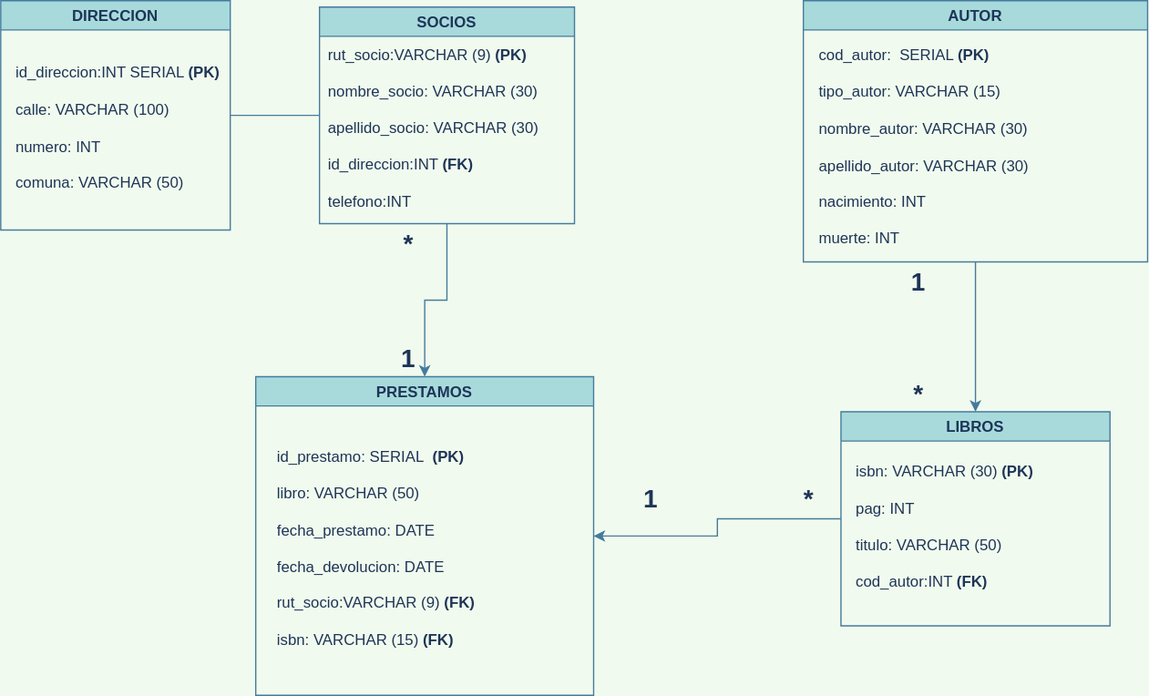
The draw.io diagram Modelo_Fisico_03.svg in latiscool/BD_Bilbioteca_LTG, before a commit. Source tidied: cells renumbered, new cells last; positions are measured from the earlier drawing's top-left corner, leaving out a move shared by most shapes.
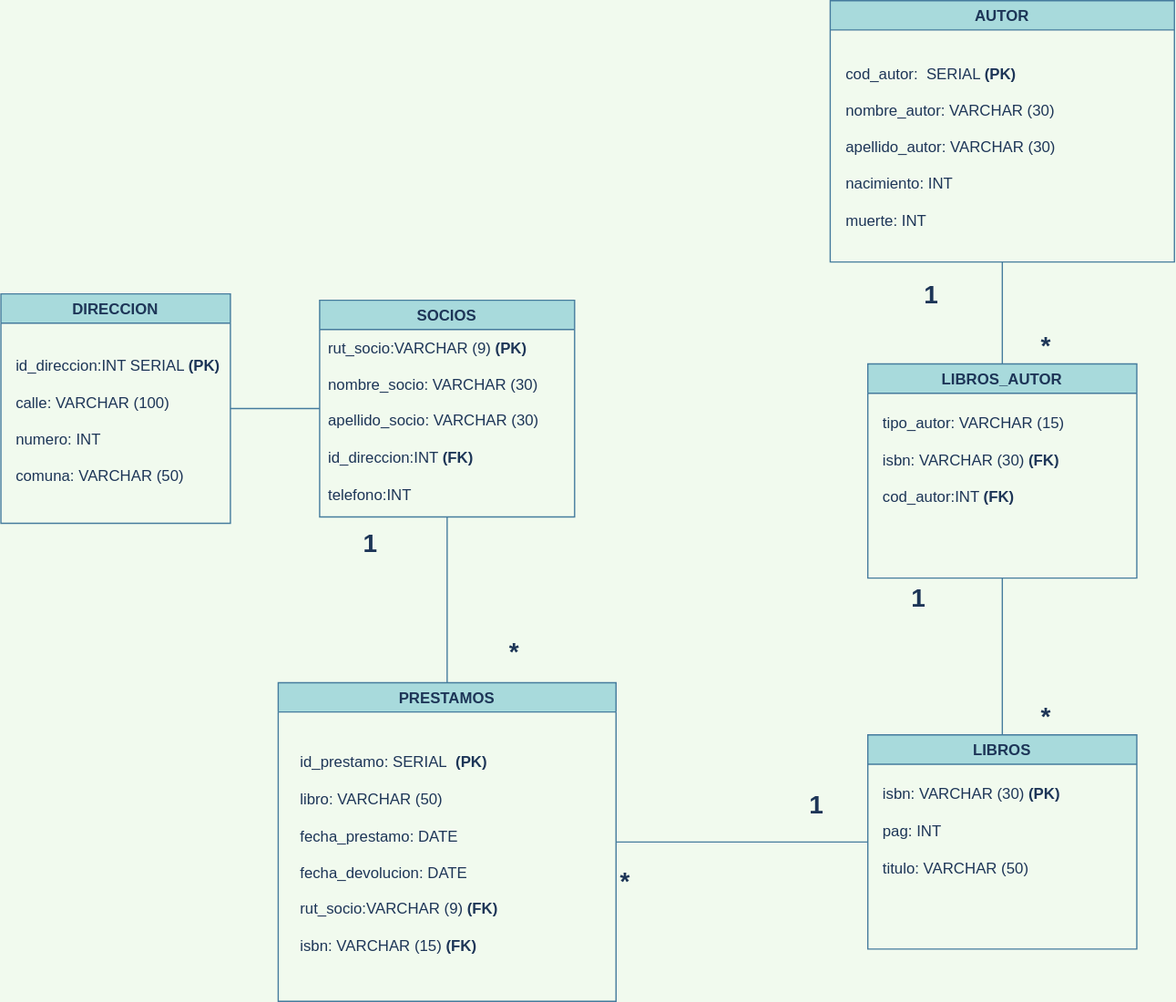
The same file after the commit.

Change to the diagram source:
```diff
@@ -2,53 +2,44 @@
   <root>
     <mxCell id="0" />
     <mxCell id="1" parent="0" />
-    <mxCell id="2" style="edgeStyle=orthogonalEdgeStyle;rounded=0;jettySize=auto;html=1;labelBackgroundColor=#F1FAEE;strokeColor=#457B9D;fontColor=#1D3557;" parent="1" edge="1" source="3" target="6">
-      <mxGeometry relative="1" as="geometry" />
-    </mxCell>
     <mxCell id="3" value="SOCIOS" style="swimlane;fillColor=#A8DADC;strokeColor=#457B9D;fontColor=#1D3557;" parent="1" vertex="1">
       <mxGeometry x="250" y="5" width="200" height="170" as="geometry" />
     </mxCell>
     <mxCell id="4" value="&lt;blockquote style=&quot;margin: 0 0 0 40px ; border: none ; padding: 0px&quot;&gt;&lt;/blockquote&gt;rut_socio:VARCHAR (9)&amp;nbsp;&lt;b&gt;(PK)&lt;br&gt;&lt;br&gt;&lt;/b&gt;nombre_socio: VARCHAR (30)&lt;br&gt;&lt;br&gt;&lt;blockquote style=&quot;margin: 0 0 0 40px ; border: none ; padding: 0px&quot;&gt;&lt;/blockquote&gt;apellido_socio:&amp;nbsp;VARCHAR (30)&lt;br&gt;&lt;blockquote style=&quot;margin: 0 0 0 40px ; border: none ; padding: 0px&quot;&gt;&lt;/blockquote&gt;&lt;br&gt;id_direccion:INT &lt;b&gt;(FK)&lt;br&gt;&lt;/b&gt;&lt;br&gt;telefono:INT" style="text;html=1;strokeColor=none;fillColor=none;align=left;verticalAlign=middle;whiteSpace=wrap;rounded=0;fontColor=#1D3557;" parent="3" vertex="1">
       <mxGeometry x="5" y="30" width="185" height="130" as="geometry" />
     </mxCell>
-    <mxCell id="5" style="edgeStyle=orthogonalEdgeStyle;rounded=0;jettySize=auto;html=1;labelBackgroundColor=#F1FAEE;strokeColor=#457B9D;fontColor=#1D3557;endArrow=none;endFill=0;startArrow=classic;startFill=1;" parent="1" edge="1" source="6" target="9">
-      <mxGeometry relative="1" as="geometry" />
-    </mxCell>
     <mxCell id="6" value="PRESTAMOS" style="swimlane;startSize=23;fillColor=#A8DADC;strokeColor=#457B9D;fontColor=#1D3557;" parent="1" vertex="1">
-      <mxGeometry x="200" y="295" width="265" height="250" as="geometry" />
+      <mxGeometry x="217.5" y="305" width="265" height="250" as="geometry" />
     </mxCell>
     <mxCell id="7" value="&lt;blockquote style=&quot;margin: 0 0 0 40px ; border: none ; padding: 0px&quot;&gt;&lt;/blockquote&gt;id_prestamo: SERIAL&amp;nbsp; &lt;b&gt;(PK)&lt;/b&gt;&lt;br&gt;&lt;br&gt;libro: VARCHAR (50)&lt;br&gt;&lt;br&gt;fecha_prestamo: DATE&lt;br&gt;&lt;br&gt;fecha_devolucion: DATE&lt;br&gt;&lt;br&gt;rut_socio:VARCHAR (9)&amp;nbsp;&lt;b&gt;(FK)&lt;/b&gt;&lt;br&gt;&amp;nbsp;&lt;br&gt;isbn: VARCHAR (15)&amp;nbsp;&lt;b&gt;(FK)&lt;/b&gt;" style="text;html=1;strokeColor=none;fillColor=none;align=left;verticalAlign=middle;whiteSpace=wrap;rounded=0;fontColor=#1D3557;" parent="6" vertex="1">
       <mxGeometry x="15" y="30" width="225" height="210" as="geometry" />
     </mxCell>
-    <mxCell id="8" style="edgeStyle=orthogonalEdgeStyle;rounded=0;jettySize=auto;html=1;labelBackgroundColor=#F1FAEE;strokeColor=#457B9D;fontColor=#1D3557;exitX=0.5;exitY=1;exitDx=0;exitDy=0;entryX=0.5;entryY=0;entryDx=0;entryDy=0;" parent="1" edge="1" source="11" target="9">
-      <mxGeometry relative="1" as="geometry" />
-    </mxCell>
     <mxCell id="9" value="LIBROS" style="swimlane;startSize=23;fillColor=#A8DADC;strokeColor=#457B9D;fontColor=#1D3557;" parent="1" vertex="1">
-      <mxGeometry x="659" y="322.5" width="211" height="168" as="geometry" />
+      <mxGeometry x="680" y="346" width="211" height="168" as="geometry" />
     </mxCell>
-    <mxCell id="10" value="&lt;div&gt;isbn: VARCHAR (30) &lt;b&gt;(PK)&lt;/b&gt;&lt;/div&gt;&lt;div&gt;&lt;b&gt;&lt;br&gt;&lt;/b&gt;&lt;/div&gt;&lt;div&gt;&lt;span&gt;pag: INT&lt;/span&gt;&lt;/div&gt;&lt;div&gt;&lt;span&gt;&lt;br&gt;&lt;/span&gt;&lt;/div&gt;&lt;div&gt;&lt;span&gt;titulo: VARCHAR (50)&lt;/span&gt;&lt;/div&gt;&lt;div&gt;&lt;span&gt;&lt;br&gt;&lt;/span&gt;&lt;/div&gt;&lt;div&gt;cod_autor:INT &lt;b&gt;(FK)&lt;/b&gt;&lt;/div&gt;" style="text;html=1;strokeColor=none;fillColor=none;align=left;verticalAlign=middle;whiteSpace=wrap;rounded=0;sketch=0;fontColor=#1D3557;" parent="9" vertex="1">
+    <mxCell id="10" value="&lt;div&gt;isbn: VARCHAR (30) &lt;b&gt;(PK)&lt;/b&gt;&lt;/div&gt;&lt;div&gt;&lt;b&gt;&lt;br&gt;&lt;/b&gt;&lt;/div&gt;&lt;div&gt;&lt;span&gt;pag: INT&lt;/span&gt;&lt;/div&gt;&lt;div&gt;&lt;span&gt;&lt;br&gt;&lt;/span&gt;&lt;/div&gt;&lt;div&gt;&lt;span&gt;titulo: VARCHAR (50)&lt;/span&gt;&lt;/div&gt;&lt;div&gt;&lt;span&gt;&lt;br&gt;&lt;/span&gt;&lt;/div&gt;&lt;div&gt;&lt;br&gt;&lt;/div&gt;" style="text;html=1;strokeColor=none;fillColor=none;align=left;verticalAlign=middle;whiteSpace=wrap;rounded=0;sketch=0;fontColor=#1D3557;" parent="9" vertex="1">
       <mxGeometry x="10" y="30" width="180" height="120" as="geometry" />
     </mxCell>
     <mxCell id="11" value="AUTOR" style="swimlane;fillColor=#A8DADC;strokeColor=#457B9D;fontColor=#1D3557;" parent="1" vertex="1">
-      <mxGeometry x="629.5" width="270" height="205" as="geometry" />
+      <mxGeometry x="650.5" y="-230" width="270" height="205" as="geometry" />
     </mxCell>
-    <mxCell id="12" value="cod_autor:&amp;nbsp; SERIAL &lt;b&gt;(PK)&lt;br&gt;&lt;/b&gt;&lt;br&gt;tipo_autor: VARCHAR (15)&lt;br&gt;&lt;br&gt;nombre_autor: VARCHAR (30)&lt;br&gt;&lt;br&gt;apellido_autor: VARCHAR (30)&lt;br&gt;&lt;br&gt;nacimiento: INT&lt;br&gt;&lt;br&gt;muerte: INT" style="text;html=1;strokeColor=none;fillColor=none;align=left;verticalAlign=middle;whiteSpace=wrap;rounded=0;sketch=0;fontColor=#1D3557;" parent="11" vertex="1">
+    <mxCell id="12" value="cod_autor:&amp;nbsp; SERIAL &lt;b&gt;(PK)&lt;br&gt;&lt;/b&gt;&lt;br&gt;nombre_autor: VARCHAR (30)&lt;br&gt;&lt;br&gt;apellido_autor: VARCHAR (30)&lt;br&gt;&lt;br&gt;nacimiento: INT&lt;br&gt;&lt;br&gt;muerte: INT" style="text;html=1;strokeColor=none;fillColor=none;align=left;verticalAlign=middle;whiteSpace=wrap;rounded=0;sketch=0;fontColor=#1D3557;" parent="11" vertex="1">
       <mxGeometry x="10" y="30" width="250" height="170" as="geometry" />
     </mxCell>
     <mxCell id="13" value="&lt;font style=&quot;font-size: 20px;&quot;&gt;&lt;b style=&quot;font-size: 20px;&quot;&gt;*&lt;/b&gt;&lt;/font&gt;" style="text;html=1;strokeColor=none;fillColor=none;align=center;verticalAlign=middle;whiteSpace=wrap;rounded=0;fontSize=20;fontColor=#1D3557;" parent="1" vertex="1">
-      <mxGeometry x="290" y="175" width="60" height="30" as="geometry" />
+      <mxGeometry x="373" y="265" width="60" height="30" as="geometry" />
     </mxCell>
     <mxCell id="14" value="&lt;font style=&quot;font-size: 20px;&quot;&gt;&lt;b style=&quot;font-size: 20px;&quot;&gt;1&lt;/b&gt;&lt;/font&gt;" style="text;html=1;strokeColor=none;fillColor=none;align=center;verticalAlign=middle;whiteSpace=wrap;rounded=0;fontSize=20;fontColor=#1D3557;" parent="1" vertex="1">
-      <mxGeometry x="480" y="375" width="60" height="30" as="geometry" />
+      <mxGeometry x="610" y="385" width="60" height="30" as="geometry" />
     </mxCell>
     <mxCell id="15" value="&lt;font style=&quot;font-size: 20px&quot;&gt;&lt;b style=&quot;font-size: 20px&quot;&gt;*&lt;/b&gt;&lt;/font&gt;" style="text;html=1;strokeColor=none;fillColor=none;align=center;verticalAlign=middle;whiteSpace=wrap;rounded=0;fontSize=20;fontColor=#1D3557;" parent="1" vertex="1">
-      <mxGeometry x="609" y="375" width="50" height="30" as="geometry" />
+      <mxGeometry x="465" y="445" width="50" height="30" as="geometry" />
     </mxCell>
     <mxCell id="16" value="&lt;font style=&quot;font-size: 20px;&quot;&gt;&lt;b style=&quot;font-size: 20px;&quot;&gt;1&lt;/b&gt;&lt;/font&gt;" style="text;html=1;strokeColor=none;fillColor=none;align=center;verticalAlign=middle;whiteSpace=wrap;rounded=0;fontSize=20;fontColor=#1D3557;" parent="1" vertex="1">
-      <mxGeometry x="690" y="205" width="60" height="30" as="geometry" />
+      <mxGeometry x="690" y="223" width="60" height="30" as="geometry" />
     </mxCell>
     <mxCell id="17" value="&lt;font style=&quot;font-size: 20px&quot;&gt;&lt;b style=&quot;font-size: 20px&quot;&gt;*&lt;/b&gt;&lt;/font&gt;" style="text;html=1;strokeColor=none;fillColor=none;align=center;verticalAlign=middle;whiteSpace=wrap;rounded=0;fontSize=20;fontColor=#1D3557;" parent="1" vertex="1">
-      <mxGeometry x="690" y="292.5" width="60" height="30" as="geometry" />
+      <mxGeometry x="790" y="316" width="60" height="30" as="geometry" />
     </mxCell>
     <mxCell id="18" value="DIRECCION" style="swimlane;rounded=0;sketch=0;fontColor=#1D3557;strokeColor=#457B9D;fillColor=#A8DADC;" parent="1" vertex="1">
       <mxGeometry width="180" height="180" as="geometry" />
@@ -60,7 +51,31 @@
       <mxGeometry relative="1" as="geometry" />
     </mxCell>
     <mxCell id="21" value="&lt;font style=&quot;font-size: 20px;&quot;&gt;&lt;b style=&quot;font-size: 20px;&quot;&gt;1&lt;/b&gt;&lt;/font&gt;" style="text;html=1;strokeColor=none;fillColor=none;align=center;verticalAlign=middle;whiteSpace=wrap;rounded=0;fontSize=20;fontColor=#1D3557;" parent="1" vertex="1">
-      <mxGeometry x="290" y="265" width="60" height="30" as="geometry" />
+      <mxGeometry x="260" y="180" width="60" height="30" as="geometry" />
     </mxCell>
+    <mxCell id="22" value="LIBROS_AUTOR" style="swimlane;startSize=23;fillColor=#A8DADC;strokeColor=#457B9D;fontColor=#1D3557;" parent="1" vertex="1">
+      <mxGeometry x="680" y="55" width="211" height="168" as="geometry" />
+    </mxCell>
+    <mxCell id="23" value="&lt;div&gt;&lt;div&gt;tipo_autor: VARCHAR (15)&lt;br&gt;&lt;/div&gt;&lt;div&gt;&lt;br&gt;&lt;/div&gt;&lt;/div&gt;&lt;div&gt;isbn: VARCHAR (30) &lt;b&gt;(FK)&lt;/b&gt;&lt;/div&gt;&lt;div&gt;&lt;b&gt;&lt;br&gt;&lt;/b&gt;&lt;/div&gt;&lt;div&gt;&lt;span&gt;cod_autor:INT &lt;/span&gt;&lt;b&gt;(FK)&lt;/b&gt;&lt;br&gt;&lt;/div&gt;&lt;div&gt;&lt;b&gt;&lt;br&gt;&lt;/b&gt;&lt;/div&gt;&lt;div&gt;&lt;b&gt;&lt;br&gt;&lt;/b&gt;&lt;/div&gt;" style="text;html=1;strokeColor=none;fillColor=none;align=left;verticalAlign=middle;whiteSpace=wrap;rounded=0;sketch=0;fontColor=#1D3557;" parent="22" vertex="1">
+      <mxGeometry x="10" y="30" width="180" height="120" as="geometry" />
+    </mxCell>
+    <mxCell id="24" style="endArrow=none;html=1;rounded=1;sketch=0;fontColor=#1D3557;strokeColor=#457B9D;fillColor=#A8DADC;curved=0;entryX=0.5;entryY=1;entryDx=0;entryDy=0;exitX=0.5;exitY=0;exitDx=0;exitDy=0;" parent="1" edge="1" source="6" target="3">
+      <mxGeometry relative="1" as="geometry" />
+    </mxCell>
+    <mxCell id="25" style="endArrow=none;html=1;rounded=1;sketch=0;fontColor=#1D3557;strokeColor=#457B9D;fillColor=#A8DADC;curved=0;exitX=0;exitY=0.5;exitDx=0;exitDy=0;entryX=1;entryY=0.5;entryDx=0;entryDy=0;" parent="1" edge="1" source="9" target="6">
+      <mxGeometry relative="1" as="geometry" />
+    </mxCell>
+    <mxCell id="26" style="endArrow=none;html=1;rounded=1;sketch=0;fontColor=#1D3557;strokeColor=#457B9D;fillColor=#A8DADC;curved=0;entryX=0.5;entryY=1;entryDx=0;entryDy=0;exitX=0.5;exitY=0;exitDx=0;exitDy=0;" parent="1" edge="1" source="22" target="11">
+      <mxGeometry relative="1" as="geometry" />
+    </mxCell>
+    <mxCell id="27" style="endArrow=none;html=1;rounded=1;sketch=0;fontColor=#1D3557;strokeColor=#457B9D;fillColor=#A8DADC;curved=0;exitX=0.5;exitY=0;exitDx=0;exitDy=0;entryX=0.5;entryY=1;entryDx=0;entryDy=0;" parent="1" edge="1" source="9" target="22">
+      <mxGeometry relative="1" as="geometry" />
+    </mxCell>
+    <mxCell id="28" value="&lt;font style=&quot;font-size: 20px&quot;&gt;&lt;b style=&quot;font-size: 20px&quot;&gt;*&lt;/b&gt;&lt;/font&gt;" style="text;html=1;strokeColor=none;fillColor=none;align=center;verticalAlign=middle;whiteSpace=wrap;rounded=0;fontSize=20;fontColor=#1D3557;" parent="1" vertex="1">
+      <mxGeometry x="790" y="25" width="60" height="30" as="geometry" />
+    </mxCell>
+    <mxCell id="29" value="&lt;font style=&quot;font-size: 20px;&quot;&gt;&lt;b style=&quot;font-size: 20px;&quot;&gt;1&lt;/b&gt;&lt;/font&gt;" style="text;html=1;strokeColor=none;fillColor=none;align=center;verticalAlign=middle;whiteSpace=wrap;rounded=0;fontSize=20;fontColor=#1D3557;" parent="1" vertex="1">
+      <mxGeometry x="700" y="-15" width="60" height="30" as="geometry" />
+    </mxCell>
   </root>
 </mxGraphModel>
```
